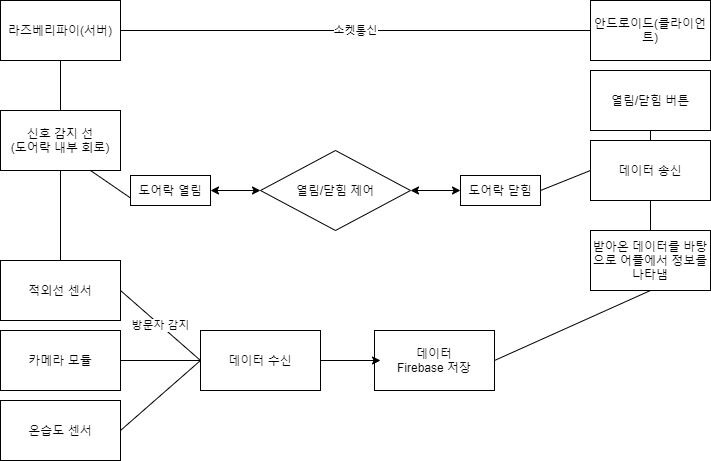
Before: cons.png, a diagram exported from draw.io (Yudaeun/Smart-doorlock). Source tidied: cells renumbered, new cells last; positions are measured from the earlier drawing's top-left corner, leaving out a move shared by most shapes. Source of this version:
```xml
<mxGraphModel>
  <root>
    <mxCell id="0" />
    <mxCell id="1" parent="0" />
    <mxCell id="2" value="라즈베리파이(서버)" style="rounded=0;whiteSpace=wrap;html=1;" parent="1" vertex="1">
      <mxGeometry width="120" height="60" as="geometry" />
    </mxCell>
    <mxCell id="3" value="안드로이드(클라이언트)" style="rounded=0;whiteSpace=wrap;html=1;" parent="1" vertex="1">
      <mxGeometry x="590" width="120" height="60" as="geometry" />
    </mxCell>
    <mxCell id="4" value="카메라 모듈" style="rounded=0;whiteSpace=wrap;html=1;" parent="1" vertex="1">
      <mxGeometry y="330" width="120" height="60" as="geometry" />
    </mxCell>
    <mxCell id="5" value="소켓통신" style="endArrow=none;html=1;exitX=1;exitY=0.5;exitDx=0;exitDy=0;entryX=0;entryY=0.5;entryDx=0;entryDy=0;" parent="1" edge="1" source="2" target="3">
      <mxGeometry relative="1" as="geometry" />
    </mxCell>
    <mxCell id="6" value="적외선 센서" style="rounded=0;whiteSpace=wrap;html=1;" parent="1" vertex="1">
      <mxGeometry y="260" width="120" height="60" as="geometry" />
    </mxCell>
    <mxCell id="7" value="온습도 센서" style="rounded=0;whiteSpace=wrap;html=1;" parent="1" vertex="1">
      <mxGeometry y="400" width="120" height="60" as="geometry" />
    </mxCell>
    <mxCell id="8" value="데이터 수신" style="rounded=0;whiteSpace=wrap;html=1;" parent="1" vertex="1">
      <mxGeometry x="200" y="330" width="120" height="60" as="geometry" />
    </mxCell>
    <mxCell id="9" value="방문자 감지" style="endArrow=none;html=1;exitX=1;exitY=0.5;exitDx=0;exitDy=0;entryX=0;entryY=0.5;entryDx=0;entryDy=0;" parent="1" edge="1" source="6" target="8">
      <mxGeometry relative="1" as="geometry" />
    </mxCell>
    <mxCell id="10" style="endArrow=none;html=1;exitX=1;exitY=0.5;exitDx=0;exitDy=0;entryX=0;entryY=0.5;entryDx=0;entryDy=0;" parent="1" edge="1" source="4" target="8">
      <mxGeometry relative="1" as="geometry" />
    </mxCell>
    <mxCell id="11" style="endArrow=none;html=1;exitX=1;exitY=0.5;exitDx=0;exitDy=0;entryX=0;entryY=0.5;entryDx=0;entryDy=0;" parent="1" edge="1" source="7" target="8">
      <mxGeometry relative="1" as="geometry" />
    </mxCell>
    <mxCell id="12" value="신호 감지 선&lt;br&gt;(도어락 내부 회로)" style="rounded=0;whiteSpace=wrap;html=1;" parent="1" vertex="1">
      <mxGeometry y="110" width="120" height="60" as="geometry" />
    </mxCell>
    <mxCell id="13" value="열림/닫힘 버튼" style="rounded=0;whiteSpace=wrap;html=1;" parent="1" vertex="1">
      <mxGeometry x="590" y="70" width="120" height="60" as="geometry" />
    </mxCell>
    <mxCell id="14" style="endArrow=none;html=1;exitX=0.5;exitY=0;exitDx=0;exitDy=0;entryX=0.5;entryY=1;entryDx=0;entryDy=0;" parent="1" edge="1" source="12" target="2">
      <mxGeometry relative="1" as="geometry" />
    </mxCell>
    <mxCell id="15" value="열림/닫힘 제어" style="rhombus;whiteSpace=wrap;html=1;" parent="1" vertex="1">
      <mxGeometry x="260" y="150" width="150" height="80" as="geometry" />
    </mxCell>
    <mxCell id="16" value="데이터 송신" style="rounded=0;whiteSpace=wrap;html=1;" parent="1" vertex="1">
      <mxGeometry x="590" y="140" width="120" height="60" as="geometry" />
    </mxCell>
    <mxCell id="17" value="도어락 열림" style="rounded=0;whiteSpace=wrap;html=1;" parent="1" vertex="1">
      <mxGeometry x="130" y="175" width="80" height="30" as="geometry" />
    </mxCell>
    <mxCell id="18" value="도어락 닫힘" style="rounded=0;whiteSpace=wrap;html=1;" parent="1" vertex="1">
      <mxGeometry x="460" y="175" width="80" height="30" as="geometry" />
    </mxCell>
    <mxCell id="19" style="endArrow=classic;startArrow=classic;html=1;exitX=1;exitY=0.5;exitDx=0;exitDy=0;entryX=0;entryY=0.5;entryDx=0;entryDy=0;" parent="1" edge="1" source="17" target="15">
      <mxGeometry relative="1" as="geometry" />
    </mxCell>
    <mxCell id="20" style="endArrow=classic;startArrow=classic;html=1;exitX=1;exitY=0.5;exitDx=0;exitDy=0;entryX=0;entryY=0.5;entryDx=0;entryDy=0;" parent="1" edge="1" source="15" target="18">
      <mxGeometry relative="1" as="geometry" />
    </mxCell>
    <mxCell id="21" style="endArrow=none;html=1;exitX=0.5;exitY=0;exitDx=0;exitDy=0;" parent="1" edge="1" source="6" target="12">
      <mxGeometry relative="1" as="geometry" />
    </mxCell>
    <mxCell id="22" value="데이터&lt;br&gt;Firebase 저장" style="rounded=0;whiteSpace=wrap;html=1;" parent="1" vertex="1">
      <mxGeometry x="374" y="330" width="120" height="60" as="geometry" />
    </mxCell>
    <mxCell id="23" style="endArrow=classic;html=1;exitX=1;exitY=0.5;exitDx=0;exitDy=0;" parent="1" edge="1" source="8">
      <mxGeometry relative="1" as="geometry">
        <mxPoint x="380" y="360" as="targetPoint" />
      </mxGeometry>
    </mxCell>
    <mxCell id="24" value="받아온 데이터를 바탕으로 어플에서 정보를 나타냄" style="rounded=0;whiteSpace=wrap;html=1;" parent="1" vertex="1">
      <mxGeometry x="590" y="230" width="120" height="60" as="geometry" />
    </mxCell>
    <mxCell id="25" style="endArrow=none;html=1;entryX=0.5;entryY=1;entryDx=0;entryDy=0;exitX=1;exitY=0.5;exitDx=0;exitDy=0;" parent="1" edge="1" source="22" target="24">
      <mxGeometry relative="1" as="geometry" />
    </mxCell>
    <mxCell id="26" style="endArrow=none;html=1;exitX=0.5;exitY=0;exitDx=0;exitDy=0;entryX=0.5;entryY=1;entryDx=0;entryDy=0;" parent="1" edge="1" source="24" target="16">
      <mxGeometry relative="1" as="geometry" />
    </mxCell>
    <mxCell id="27" style="endArrow=none;html=1;exitX=0.5;exitY=0;exitDx=0;exitDy=0;exitPerimeter=0;entryX=0.5;entryY=1;entryDx=0;entryDy=0;" parent="1" edge="1" source="16" target="13">
      <mxGeometry relative="1" as="geometry" />
    </mxCell>
    <mxCell id="28" style="endArrow=none;html=1;exitX=0;exitY=0.5;exitDx=0;exitDy=0;entryX=1;entryY=0.5;entryDx=0;entryDy=0;" parent="1" edge="1" source="16" target="18">
      <mxGeometry relative="1" as="geometry" />
    </mxCell>
    <mxCell id="29" style="endArrow=none;html=1;exitX=0.75;exitY=1;exitDx=0;exitDy=0;entryX=0;entryY=0.75;entryDx=0;entryDy=0;" parent="1" edge="1" source="12" target="17">
      <mxGeometry relative="1" as="geometry" />
    </mxCell>
  </root>
</mxGraphModel>
```
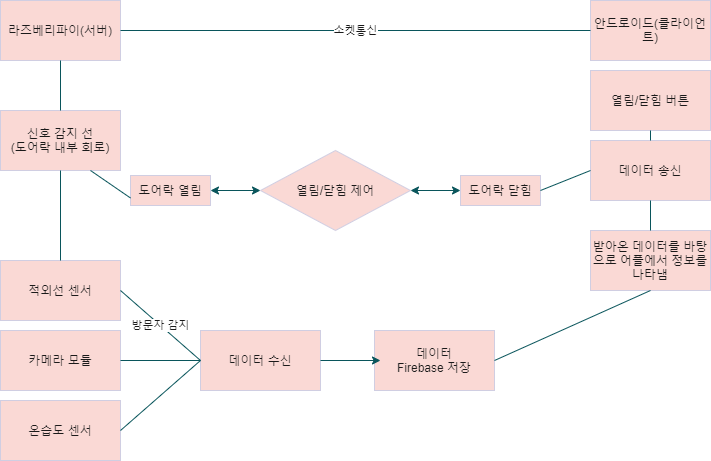
Above is the later version.

Diff of the diagram source:
```diff
@@ -2,90 +2,90 @@
   <root>
     <mxCell id="0" />
     <mxCell id="1" parent="0" />
-    <mxCell id="2" value="라즈베리파이(서버)" style="rounded=0;whiteSpace=wrap;html=1;" parent="1" vertex="1">
+    <mxCell id="2" value="라즈베리파이(서버)" style="whiteSpace=wrap;html=1;fillColor=#FAD9D5;strokeColor=#D0CEE2;fontColor=#1A1A1A;" parent="1" vertex="1">
       <mxGeometry width="120" height="60" as="geometry" />
     </mxCell>
-    <mxCell id="3" value="안드로이드(클라이언트)" style="rounded=0;whiteSpace=wrap;html=1;" parent="1" vertex="1">
+    <mxCell id="3" value="안드로이드(클라이언트)" style="whiteSpace=wrap;html=1;fillColor=#FAD9D5;strokeColor=#D0CEE2;fontColor=#1A1A1A;" parent="1" vertex="1">
       <mxGeometry x="590" width="120" height="60" as="geometry" />
     </mxCell>
-    <mxCell id="4" value="카메라 모듈" style="rounded=0;whiteSpace=wrap;html=1;" parent="1" vertex="1">
+    <mxCell id="4" value="카메라 모듈" style="whiteSpace=wrap;html=1;fillColor=#FAD9D5;strokeColor=#D0CEE2;fontColor=#1A1A1A;" parent="1" vertex="1">
       <mxGeometry y="330" width="120" height="60" as="geometry" />
     </mxCell>
-    <mxCell id="5" value="소켓통신" style="endArrow=none;html=1;exitX=1;exitY=0.5;exitDx=0;exitDy=0;entryX=0;entryY=0.5;entryDx=0;entryDy=0;" parent="1" edge="1" source="2" target="3">
+    <mxCell id="5" value="소켓통신" style="endArrow=none;html=1;exitX=1;exitY=0.5;exitDx=0;exitDy=0;entryX=0;entryY=0.5;entryDx=0;entryDy=0;strokeColor=#09555B;fontColor=#1A1A1A;" parent="1" edge="1" source="2" target="3">
       <mxGeometry relative="1" as="geometry" />
     </mxCell>
-    <mxCell id="6" value="적외선 센서" style="rounded=0;whiteSpace=wrap;html=1;" parent="1" vertex="1">
+    <mxCell id="6" value="적외선 센서" style="whiteSpace=wrap;html=1;fillColor=#FAD9D5;strokeColor=#D0CEE2;fontColor=#1A1A1A;" parent="1" vertex="1">
       <mxGeometry y="260" width="120" height="60" as="geometry" />
     </mxCell>
-    <mxCell id="7" value="온습도 센서" style="rounded=0;whiteSpace=wrap;html=1;" parent="1" vertex="1">
+    <mxCell id="7" value="온습도 센서" style="whiteSpace=wrap;html=1;fillColor=#FAD9D5;strokeColor=#D0CEE2;fontColor=#1A1A1A;" parent="1" vertex="1">
       <mxGeometry y="400" width="120" height="60" as="geometry" />
     </mxCell>
-    <mxCell id="8" value="데이터 수신" style="rounded=0;whiteSpace=wrap;html=1;" parent="1" vertex="1">
+    <mxCell id="8" value="데이터 수신" style="whiteSpace=wrap;html=1;fillColor=#FAD9D5;strokeColor=#D0CEE2;fontColor=#1A1A1A;" parent="1" vertex="1">
       <mxGeometry x="200" y="330" width="120" height="60" as="geometry" />
     </mxCell>
-    <mxCell id="9" value="방문자 감지" style="endArrow=none;html=1;exitX=1;exitY=0.5;exitDx=0;exitDy=0;entryX=0;entryY=0.5;entryDx=0;entryDy=0;" parent="1" edge="1" source="6" target="8">
+    <mxCell id="9" value="방문자 감지" style="endArrow=none;html=1;exitX=1;exitY=0.5;exitDx=0;exitDy=0;entryX=0;entryY=0.5;entryDx=0;entryDy=0;strokeColor=#09555B;fontColor=#1A1A1A;" parent="1" edge="1" source="6" target="8">
       <mxGeometry relative="1" as="geometry" />
     </mxCell>
-    <mxCell id="10" style="endArrow=none;html=1;exitX=1;exitY=0.5;exitDx=0;exitDy=0;entryX=0;entryY=0.5;entryDx=0;entryDy=0;" parent="1" edge="1" source="4" target="8">
+    <mxCell id="10" style="endArrow=none;html=1;exitX=1;exitY=0.5;exitDx=0;exitDy=0;entryX=0;entryY=0.5;entryDx=0;entryDy=0;strokeColor=#09555B;fontColor=#1A1A1A;" parent="1" edge="1" source="4" target="8">
       <mxGeometry relative="1" as="geometry" />
     </mxCell>
-    <mxCell id="11" style="endArrow=none;html=1;exitX=1;exitY=0.5;exitDx=0;exitDy=0;entryX=0;entryY=0.5;entryDx=0;entryDy=0;" parent="1" edge="1" source="7" target="8">
+    <mxCell id="11" style="endArrow=none;html=1;exitX=1;exitY=0.5;exitDx=0;exitDy=0;entryX=0;entryY=0.5;entryDx=0;entryDy=0;strokeColor=#09555B;fontColor=#1A1A1A;" parent="1" edge="1" source="7" target="8">
       <mxGeometry relative="1" as="geometry" />
     </mxCell>
-    <mxCell id="12" value="신호 감지 선&lt;br&gt;(도어락 내부 회로)" style="rounded=0;whiteSpace=wrap;html=1;" parent="1" vertex="1">
+    <mxCell id="12" value="신호 감지 선&lt;br&gt;(도어락 내부 회로)" style="whiteSpace=wrap;html=1;fillColor=#FAD9D5;strokeColor=#D0CEE2;fontColor=#1A1A1A;" parent="1" vertex="1">
       <mxGeometry y="110" width="120" height="60" as="geometry" />
     </mxCell>
-    <mxCell id="13" value="열림/닫힘 버튼" style="rounded=0;whiteSpace=wrap;html=1;" parent="1" vertex="1">
+    <mxCell id="13" value="열림/닫힘 버튼" style="whiteSpace=wrap;html=1;fillColor=#FAD9D5;strokeColor=#D0CEE2;fontColor=#1A1A1A;" parent="1" vertex="1">
       <mxGeometry x="590" y="70" width="120" height="60" as="geometry" />
     </mxCell>
-    <mxCell id="14" style="endArrow=none;html=1;exitX=0.5;exitY=0;exitDx=0;exitDy=0;entryX=0.5;entryY=1;entryDx=0;entryDy=0;" parent="1" edge="1" source="12" target="2">
+    <mxCell id="14" style="endArrow=none;html=1;exitX=0.5;exitY=0;exitDx=0;exitDy=0;entryX=0.5;entryY=1;entryDx=0;entryDy=0;strokeColor=#09555B;fontColor=#1A1A1A;" parent="1" edge="1" source="12" target="2">
       <mxGeometry relative="1" as="geometry" />
     </mxCell>
-    <mxCell id="15" value="열림/닫힘 제어" style="rhombus;whiteSpace=wrap;html=1;" parent="1" vertex="1">
+    <mxCell id="15" value="열림/닫힘 제어" style="rhombus;whiteSpace=wrap;html=1;fillColor=#FAD9D5;strokeColor=#D0CEE2;fontColor=#1A1A1A;" parent="1" vertex="1">
       <mxGeometry x="260" y="150" width="150" height="80" as="geometry" />
     </mxCell>
-    <mxCell id="16" value="데이터 송신" style="rounded=0;whiteSpace=wrap;html=1;" parent="1" vertex="1">
+    <mxCell id="16" value="데이터 송신" style="whiteSpace=wrap;html=1;fillColor=#FAD9D5;strokeColor=#D0CEE2;fontColor=#1A1A1A;" parent="1" vertex="1">
       <mxGeometry x="590" y="140" width="120" height="60" as="geometry" />
     </mxCell>
-    <mxCell id="17" value="도어락 열림" style="rounded=0;whiteSpace=wrap;html=1;" parent="1" vertex="1">
+    <mxCell id="17" value="도어락 열림" style="whiteSpace=wrap;html=1;fillColor=#FAD9D5;strokeColor=#D0CEE2;fontColor=#1A1A1A;" parent="1" vertex="1">
       <mxGeometry x="130" y="175" width="80" height="30" as="geometry" />
     </mxCell>
-    <mxCell id="18" value="도어락 닫힘" style="rounded=0;whiteSpace=wrap;html=1;" parent="1" vertex="1">
+    <mxCell id="18" value="도어락 닫힘" style="whiteSpace=wrap;html=1;fillColor=#FAD9D5;strokeColor=#D0CEE2;fontColor=#1A1A1A;" parent="1" vertex="1">
       <mxGeometry x="460" y="175" width="80" height="30" as="geometry" />
     </mxCell>
-    <mxCell id="19" style="endArrow=classic;startArrow=classic;html=1;exitX=1;exitY=0.5;exitDx=0;exitDy=0;entryX=0;entryY=0.5;entryDx=0;entryDy=0;" parent="1" edge="1" source="17" target="15">
+    <mxCell id="19" style="endArrow=classic;startArrow=classic;html=1;exitX=1;exitY=0.5;exitDx=0;exitDy=0;entryX=0;entryY=0.5;entryDx=0;entryDy=0;strokeColor=#09555B;fontColor=#1A1A1A;" parent="1" edge="1" source="17" target="15">
       <mxGeometry relative="1" as="geometry" />
     </mxCell>
-    <mxCell id="20" style="endArrow=classic;startArrow=classic;html=1;exitX=1;exitY=0.5;exitDx=0;exitDy=0;entryX=0;entryY=0.5;entryDx=0;entryDy=0;" parent="1" edge="1" source="15" target="18">
+    <mxCell id="20" style="endArrow=classic;startArrow=classic;html=1;exitX=1;exitY=0.5;exitDx=0;exitDy=0;entryX=0;entryY=0.5;entryDx=0;entryDy=0;strokeColor=#09555B;fontColor=#1A1A1A;" parent="1" edge="1" source="15" target="18">
       <mxGeometry relative="1" as="geometry" />
     </mxCell>
-    <mxCell id="21" style="endArrow=none;html=1;exitX=0.5;exitY=0;exitDx=0;exitDy=0;" parent="1" edge="1" source="6" target="12">
+    <mxCell id="21" style="endArrow=none;html=1;exitX=0.5;exitY=0;exitDx=0;exitDy=0;strokeColor=#09555B;fontColor=#1A1A1A;" parent="1" edge="1" source="6" target="12">
       <mxGeometry relative="1" as="geometry" />
     </mxCell>
-    <mxCell id="22" value="데이터&lt;br&gt;Firebase 저장" style="rounded=0;whiteSpace=wrap;html=1;" parent="1" vertex="1">
+    <mxCell id="22" value="데이터&lt;br&gt;Firebase 저장" style="whiteSpace=wrap;html=1;fillColor=#FAD9D5;strokeColor=#D0CEE2;fontColor=#1A1A1A;" parent="1" vertex="1">
       <mxGeometry x="374" y="330" width="120" height="60" as="geometry" />
     </mxCell>
-    <mxCell id="23" style="endArrow=classic;html=1;exitX=1;exitY=0.5;exitDx=0;exitDy=0;" parent="1" edge="1" source="8">
+    <mxCell id="23" style="endArrow=classic;html=1;exitX=1;exitY=0.5;exitDx=0;exitDy=0;strokeColor=#09555B;fontColor=#1A1A1A;" parent="1" edge="1" source="8">
       <mxGeometry relative="1" as="geometry">
         <mxPoint x="380" y="360" as="targetPoint" />
       </mxGeometry>
     </mxCell>
-    <mxCell id="24" value="받아온 데이터를 바탕으로 어플에서 정보를 나타냄" style="rounded=0;whiteSpace=wrap;html=1;" parent="1" vertex="1">
+    <mxCell id="24" value="받아온 데이터를 바탕으로 어플에서 정보를 나타냄" style="whiteSpace=wrap;html=1;fillColor=#FAD9D5;strokeColor=#D0CEE2;fontColor=#1A1A1A;" parent="1" vertex="1">
       <mxGeometry x="590" y="230" width="120" height="60" as="geometry" />
     </mxCell>
-    <mxCell id="25" style="endArrow=none;html=1;entryX=0.5;entryY=1;entryDx=0;entryDy=0;exitX=1;exitY=0.5;exitDx=0;exitDy=0;" parent="1" edge="1" source="22" target="24">
+    <mxCell id="25" style="endArrow=none;html=1;entryX=0.5;entryY=1;entryDx=0;entryDy=0;exitX=1;exitY=0.5;exitDx=0;exitDy=0;strokeColor=#09555B;fontColor=#1A1A1A;" parent="1" edge="1" source="22" target="24">
       <mxGeometry relative="1" as="geometry" />
     </mxCell>
-    <mxCell id="26" style="endArrow=none;html=1;exitX=0.5;exitY=0;exitDx=0;exitDy=0;entryX=0.5;entryY=1;entryDx=0;entryDy=0;" parent="1" edge="1" source="24" target="16">
+    <mxCell id="26" style="endArrow=none;html=1;exitX=0.5;exitY=0;exitDx=0;exitDy=0;entryX=0.5;entryY=1;entryDx=0;entryDy=0;strokeColor=#09555B;fontColor=#1A1A1A;" parent="1" edge="1" source="24" target="16">
       <mxGeometry relative="1" as="geometry" />
     </mxCell>
-    <mxCell id="27" style="endArrow=none;html=1;exitX=0.5;exitY=0;exitDx=0;exitDy=0;exitPerimeter=0;entryX=0.5;entryY=1;entryDx=0;entryDy=0;" parent="1" edge="1" source="16" target="13">
+    <mxCell id="27" style="endArrow=none;html=1;exitX=0.5;exitY=0;exitDx=0;exitDy=0;exitPerimeter=0;entryX=0.5;entryY=1;entryDx=0;entryDy=0;strokeColor=#09555B;fontColor=#1A1A1A;" parent="1" edge="1" source="16" target="13">
       <mxGeometry relative="1" as="geometry" />
     </mxCell>
-    <mxCell id="28" style="endArrow=none;html=1;exitX=0;exitY=0.5;exitDx=0;exitDy=0;entryX=1;entryY=0.5;entryDx=0;entryDy=0;" parent="1" edge="1" source="16" target="18">
+    <mxCell id="28" style="endArrow=none;html=1;exitX=0;exitY=0.5;exitDx=0;exitDy=0;entryX=1;entryY=0.5;entryDx=0;entryDy=0;strokeColor=#09555B;fontColor=#1A1A1A;" parent="1" edge="1" source="16" target="18">
       <mxGeometry relative="1" as="geometry" />
     </mxCell>
-    <mxCell id="29" style="endArrow=none;html=1;exitX=0.75;exitY=1;exitDx=0;exitDy=0;entryX=0;entryY=0.75;entryDx=0;entryDy=0;" parent="1" edge="1" source="12" target="17">
+    <mxCell id="29" style="endArrow=none;html=1;exitX=0.75;exitY=1;exitDx=0;exitDy=0;entryX=0;entryY=0.75;entryDx=0;entryDy=0;strokeColor=#09555B;fontColor=#1A1A1A;" parent="1" edge="1" source="12" target="17">
       <mxGeometry relative="1" as="geometry" />
     </mxCell>
   </root>
```
